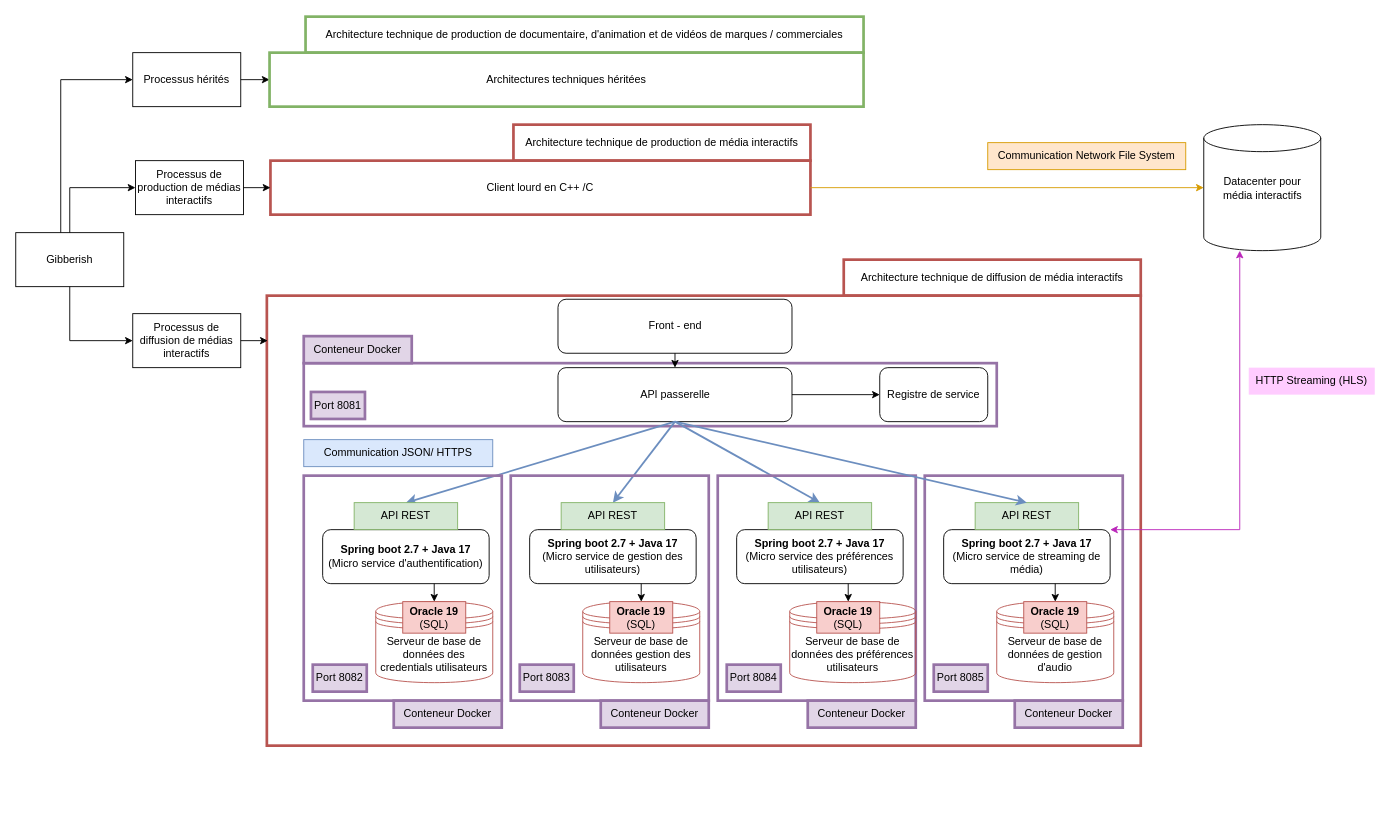
Earlier version of the draw.io diagram GibberiashTargetTechniqueArchitecture.drawio (cjour/audit_logistics). Source tidied: cells renumbered, new cells numbered last; positions are measured from the earlier drawing's top-left corner, leaving out a move shared by most shapes. Both pictures are drawn from the tidied source at 90%, with x=0, y=0 at pixel (15, 16).
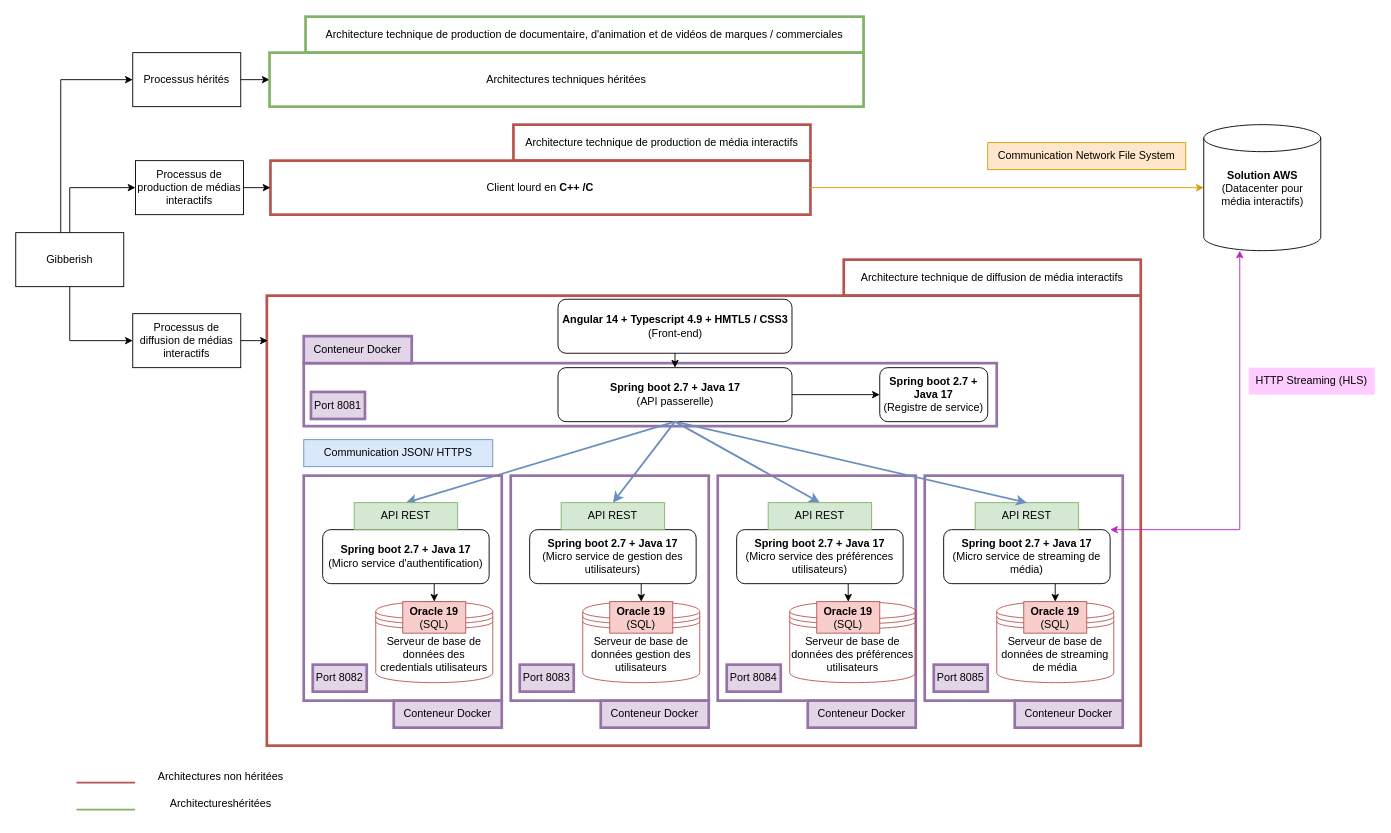
After the change.

Commit message:
Mettre à jour GibberiashTargetTechniqueArchitecture.drawio

Unchanged cells that the change refers to:
```xml
<mxCell id="4" style="group;" parent="1" vertex="1">
  <mxGeometry x="1010" y="510" width="220" height="280" as="geometry" />
</mxCell>
```

What changed in the source:
```diff
@@
-    <mxCell id="7" value="Serveur de base de données de gestion d'audio" style="shape=datastore;whiteSpace=wrap;html=1;fillColor=none;strokeColor=#b85450;" parent="4" vertex="1">
+    <mxCell id="7" value="Serveur de base de données de streaming de média" style="shape=datastore;whiteSpace=wrap;html=1;fillColor=none;strokeColor=#b85450;" parent="4" vertex="1">
       <mxGeometry x="80" y="140" width="130" height="90" as="geometry" />
     </mxCell>
@@
-    <mxCell id="21" value="API passerelle" style="rounded=1;whiteSpace=wrap;html=1;" parent="1" vertex="1">
+    <mxCell id="21" value="&lt;div&gt;&lt;b&gt;Spring boot 2.7 + Java 17&lt;/b&gt;&lt;/div&gt;&lt;div&gt;(API passerelle)&lt;/div&gt;" style="rounded=1;whiteSpace=wrap;html=1;" parent="1" vertex="1">
       <mxGeometry x="602.5" y="390" width="260" height="60" as="geometry" />
     </mxCell>
-    <mxCell id="22" value="Registre de service" style="rounded=1;whiteSpace=wrap;html=1;" parent="1" vertex="1">
+    <mxCell id="22" value="&lt;div&gt;&lt;b&gt;Spring boot 2.7 + Java 17&lt;/b&gt;&lt;/div&gt;(Registre de service)" style="rounded=1;whiteSpace=wrap;html=1;" parent="1" vertex="1">
       <mxGeometry x="960" y="390" width="120" height="60" as="geometry" />
     </mxCell>
-    <mxCell id="23" value="Front - end" style="rounded=1;whiteSpace=wrap;html=1;" parent="1" vertex="1">
+    <mxCell id="23" value="&lt;div&gt;&lt;b&gt;Angular 14 + Typescript 4.9 + HMTL5 / CSS3&lt;/b&gt;&lt;/div&gt;&lt;div&gt;(Front-end)&lt;b&gt;&lt;br&gt;&lt;/b&gt;&lt;/div&gt; " style="rounded=1;whiteSpace=wrap;html=1;" parent="1" vertex="1">
       <mxGeometry x="602.5" y="314" width="260" height="60" as="geometry" />
     </mxCell>
@@
-    <mxCell id="65" value="Client lourd en C++ /C" style="text;html=1;strokeColor=none;fillColor=none;align=center;verticalAlign=middle;whiteSpace=wrap;rounded=0;" parent="1" vertex="1">
+    <mxCell id="65" value="Client lourd en &lt;b&gt;C++ /C&lt;/b&gt;" style="text;html=1;strokeColor=none;fillColor=none;align=center;verticalAlign=middle;whiteSpace=wrap;rounded=0;" parent="1" vertex="1">
       <mxGeometry x="418" y="175" width="330" height="30" as="geometry" />
     </mxCell>
@@
     <mxCell id="67" style="group;" parent="1" vertex="1">
-      <mxGeometry x="1320" y="120" width="130" height="140" as="geometry" />
+      <mxGeometry x="1320" y="120" width="160" height="140" as="geometry" />
     </mxCell>
@@
-    <mxCell id="69" value="&lt;div&gt;Datacenter pour &lt;br&gt;&lt;/div&gt;&lt;div&gt;média interactifs&lt;/div&gt;" style="text;html=1;align=center;verticalAlign=middle;strokeColor=none;fillColor=none;fontSize=12;fontFamily=Helvetica;fontColor=default;" parent="67" vertex="1">
-      <mxGeometry x="10" y="51.3" width="110" height="40" as="geometry" />
+    <mxCell id="69" value="&lt;div&gt;&lt;b&gt;Solution AWS &lt;/b&gt;&lt;br&gt;&lt;/div&gt;&lt;div&gt;(Datacenter pour &lt;br&gt;&lt;/div&gt;&lt;div&gt;média interactifs)&lt;/div&gt;" style="text;html=1;align=center;verticalAlign=middle;strokeColor=none;fillColor=none;fontSize=12;fontFamily=Helvetica;fontColor=default;" parent="67" vertex="1">
+      <mxGeometry x="5" y="41.3" width="120" height="60" as="geometry" />
     </mxCell>
@@
+    <mxCell id="75" style="endArrow=none;html=1;rounded=0;strokeColor=#b85450;fillColor=#f8cecc;strokeWidth=2;" parent="1" edge="1">
+      <mxGeometry relative="1" as="geometry">
+        <mxPoint x="67.5" y="851" as="sourcePoint" />
+        <mxPoint x="132.5" y="851" as="targetPoint" />
+      </mxGeometry>
+    </mxCell>
+    <mxCell id="76" value="Architectures non héritées" style="text;html=1;strokeColor=none;fillColor=none;align=center;verticalAlign=middle;whiteSpace=wrap;rounded=0;strokeWidth=2;" parent="1" vertex="1">
+      <mxGeometry x="142.5" y="830" width="170" height="30" as="geometry" />
+    </mxCell>
+    <mxCell id="77" style="endArrow=none;html=1;rounded=0;strokeColor=#82b366;fillColor=#d5e8d4;strokeWidth=2;" parent="1" edge="1">
+      <mxGeometry relative="1" as="geometry">
+        <mxPoint x="67.5" y="881" as="sourcePoint" />
+        <mxPoint x="132.5" y="881" as="targetPoint" />
+      </mxGeometry>
+    </mxCell>
+    <mxCell id="78" value="Architectureshéritées" style="text;html=1;strokeColor=none;fillColor=none;align=center;verticalAlign=middle;whiteSpace=wrap;rounded=0;strokeWidth=2;" parent="1" vertex="1">
+      <mxGeometry x="142.5" y="860" width="170" height="30" as="geometry" />
+    </mxCell>
```
